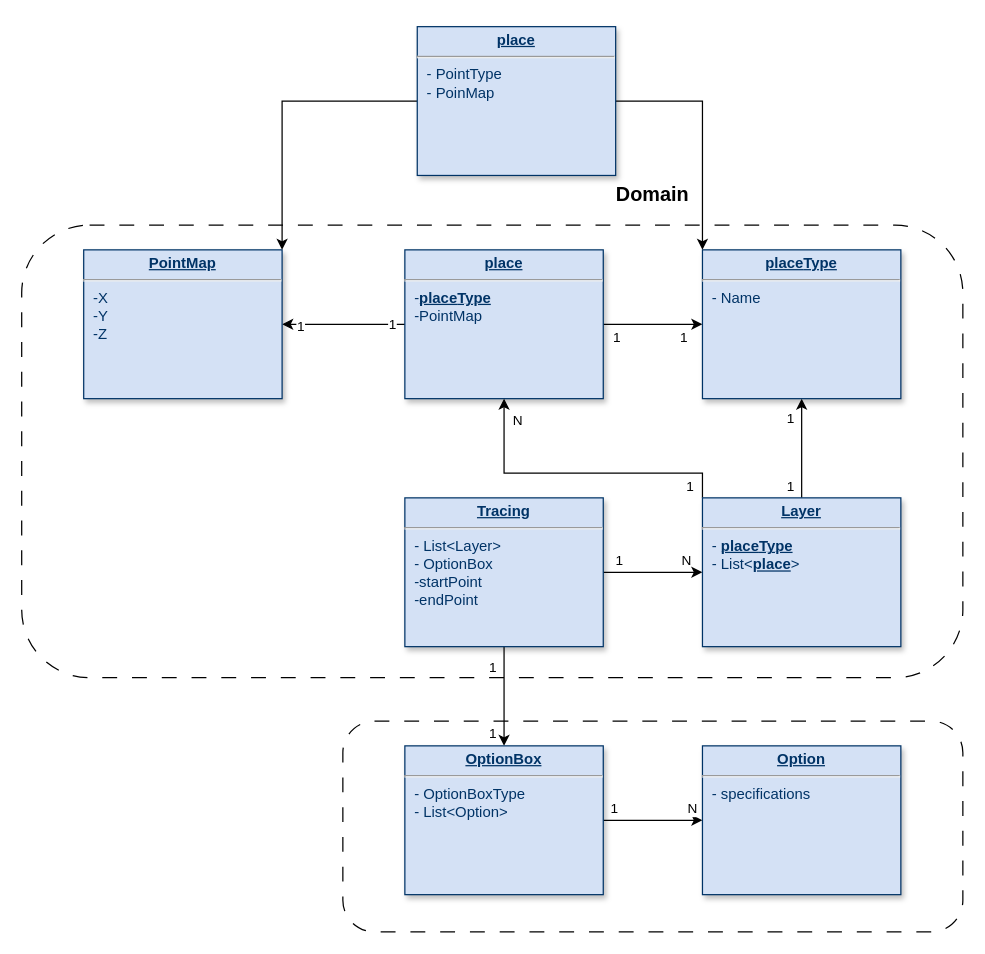
AATerekhov/Team-Pragmatics-Otus keeps this draw.io diagram as page "TracingService" (3 of 7) of Team-Pragmatics-Otus.drawio. Above is the earlier version. Source tidied: cells renumbered, new cells numbered last; positions are measured from the earlier drawing's top-left corner, leaving out a move shared by most shapes. Both pictures are drawn from the tidied source at 124%, with x=0, y=0 at pixel (21, 26).
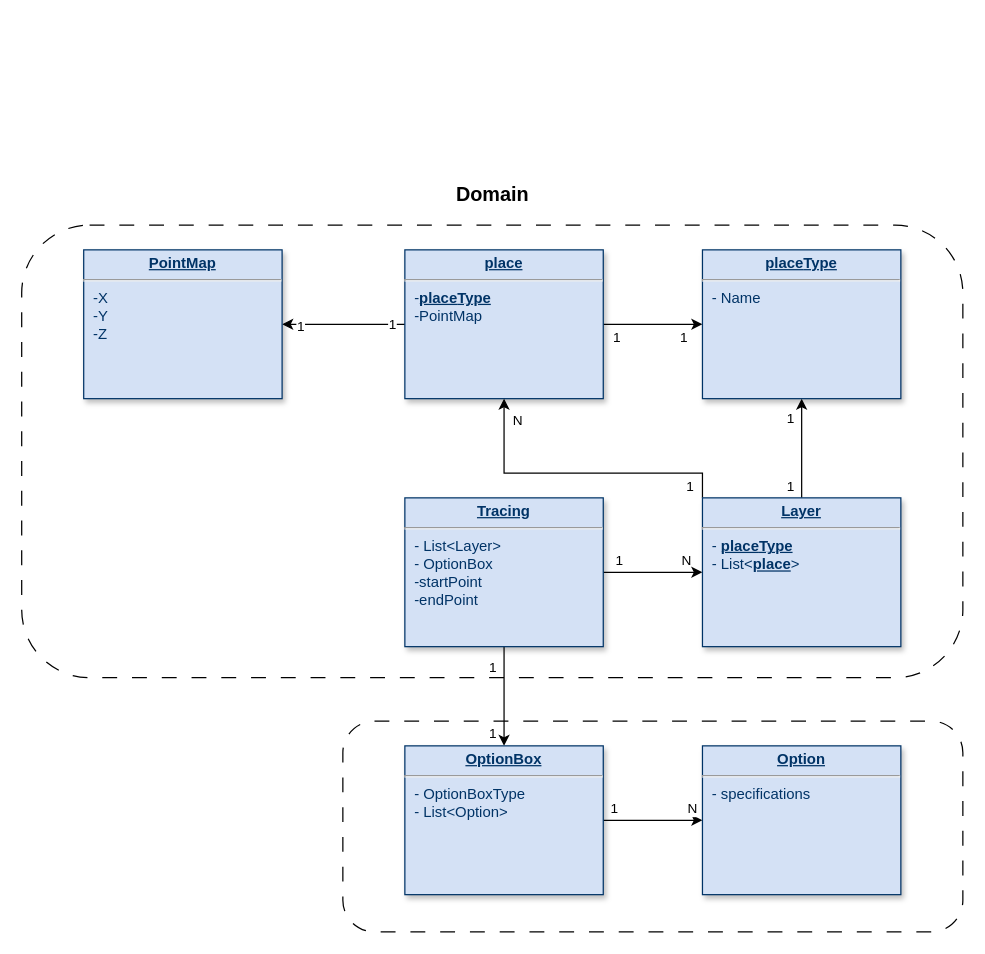
The same diagram, later.

Unchanged cells that the change refers to:
```xml
<mxCell id="14" value="&lt;p style=&quot;text-align: center; margin: 4px 0px 0px;&quot;&gt;&lt;span style=&quot;background-color: initial; text-align: left;&quot;&gt;&lt;b&gt;&lt;u&gt;place&lt;/u&gt;&lt;/b&gt;&lt;/span&gt;&lt;b style=&quot;text-decoration-line: underline;&quot;&gt;Type&lt;/b&gt;&lt;/p&gt;&lt;hr&gt;&lt;p style=&quot;margin: 0px; margin-left: 8px;&quot;&gt;- Name&lt;/p&gt;" style="verticalAlign=top;align=left;overflow=fill;fontSize=12;fontFamily=Helvetica;html=1;strokeColor=#003366;shadow=1;fillColor=#D4E1F5;fontColor=#003366;" parent="1" vertex="1">
  <mxGeometry x="549" y="180" width="160" height="120" as="geometry" />
</mxCell>
<mxCell id="32" value="&lt;p style=&quot;margin: 0px; margin-top: 4px; text-align: center; text-decoration: underline;&quot;&gt;&lt;b&gt;PointMap&lt;/b&gt;&lt;/p&gt;&lt;hr&gt;&lt;p style=&quot;margin: 0px; margin-left: 8px;&quot;&gt;-X&lt;/p&gt;&lt;p style=&quot;margin: 0px; margin-left: 8px;&quot;&gt;-Y&lt;/p&gt;&lt;p style=&quot;margin: 0px; margin-left: 8px;&quot;&gt;-Z&lt;/p&gt;" style="verticalAlign=top;align=left;overflow=fill;fontSize=12;fontFamily=Helvetica;html=1;strokeColor=#003366;shadow=1;fillColor=#D4E1F5;fontColor=#003366;" parent="1" vertex="1">
  <mxGeometry x="50" y="180" width="160" height="120" as="geometry" />
</mxCell>
```

The edit, as a diff of the source:
```diff
@@
     <mxCell id="15" value="&lt;font style=&quot;font-size: 16px;&quot;&gt;&lt;b&gt;Domain&lt;/b&gt;&lt;/font&gt;" style="text;html=1;align=center;verticalAlign=middle;whiteSpace=wrap;rounded=0;" parent="1" vertex="1">
-      <mxGeometry x="479" y="120" width="60" height="30" as="geometry" />
+      <mxGeometry x="349.5" y="120" width="60" height="30" as="geometry" />
     </mxCell>
@@
-    <mxCell id="33" style="edgeStyle=orthogonalEdgeStyle;rounded=0;jettySize=auto;html=1;entryX=1;entryY=0;entryDx=0;entryDy=0;" parent="1" edge="1" source="35" target="32">
-      <mxGeometry relative="1" as="geometry" />
-    </mxCell>
-    <mxCell id="34" style="edgeStyle=orthogonalEdgeStyle;rounded=0;jettySize=auto;html=1;entryX=0;entryY=0;entryDx=0;entryDy=0;" parent="1" edge="1" source="35" target="14">
-      <mxGeometry relative="1" as="geometry" />
-    </mxCell>
-    <mxCell id="35" value="&lt;p style=&quot;margin: 4px 0px 0px; text-align: center;&quot;&gt;&lt;b&gt;&lt;u&gt;place&lt;/u&gt;&lt;/b&gt;&lt;br&gt;&lt;/p&gt;&lt;hr&gt;&lt;p style=&quot;margin: 0px; margin-left: 8px;&quot;&gt;- PointType&lt;/p&gt;&lt;p style=&quot;margin: 0px; margin-left: 8px;&quot;&gt;- PoinMap&lt;/p&gt;" style="verticalAlign=top;align=left;overflow=fill;fontSize=12;fontFamily=Helvetica;html=1;strokeColor=#003366;shadow=1;fillColor=#D4E1F5;fontColor=#003366;" parent="1" vertex="1">
-      <mxGeometry x="319" width="160" height="120" as="geometry" />
-    </mxCell>
```
